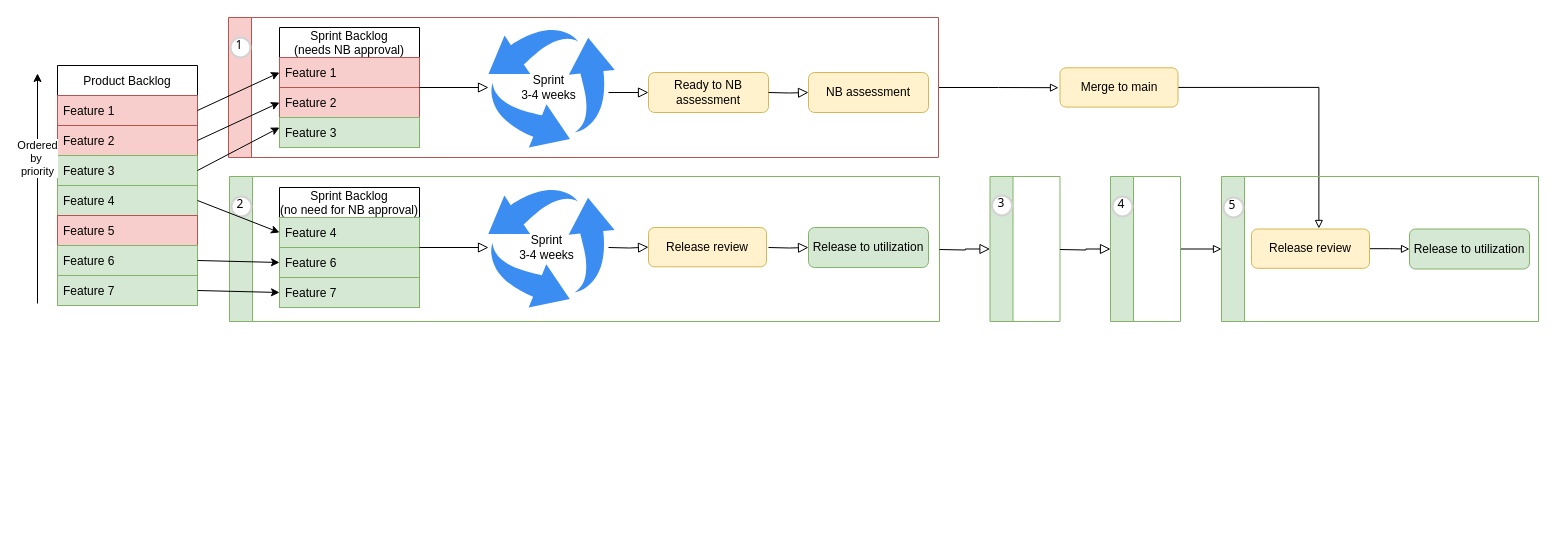
Above: ChangeTreshold.drawio in devgranlund/idea-settings (draw.io), before the change. Source tidied: cells renumbered, new cells numbered last; positions are measured from the earlier drawing's top-left corner, leaving out a move shared by most shapes. Both pictures are drawn from the tidied source at 100%, with x=0, y=0 at pixel (37, 17).
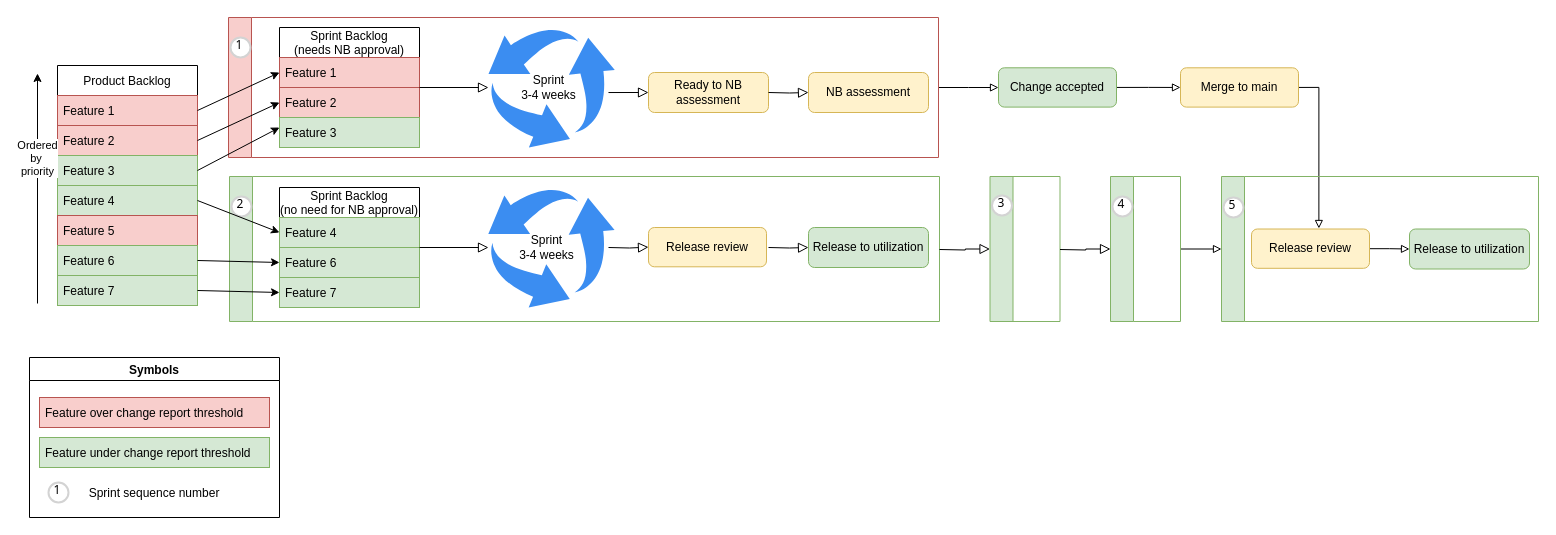
Above is the later version.

Unchanged cells that the change refers to:
```xml
<mxCell id="7" style="swimlane;horizontal=0;fillColor=#f8cecc;strokeColor=#b85450;" parent="1" vertex="1">
  <mxGeometry x="191" width="710" height="140" as="geometry" />
</mxCell>
```

Change to the diagram source:
```diff
@@
     <mxCell id="6" style="edgeStyle=orthogonalEdgeStyle;rounded=0;jettySize=auto;html=1;exitX=1;exitY=0.5;exitDx=0;exitDy=0;endArrow=block;endFill=0;" parent="1" edge="1" source="7">
       <mxGeometry relative="1" as="geometry">
-        <mxPoint x="1021" y="70.2" as="targetPoint" />
+        <mxPoint x="961" y="70" as="targetPoint" />
       </mxGeometry>
     </mxCell>
@@
     <mxCell id="56" value="Merge to main" style="rounded=1;whiteSpace=wrap;html=1;fontSize=12;glass=0;strokeWidth=1;shadow=0;fillColor=#fff2cc;strokeColor=#d6b656;" parent="1" vertex="1">
-      <mxGeometry x="1022.5" y="50.3" width="118" height="39.3" as="geometry" />
+      <mxGeometry x="1143" y="50.3" width="118" height="39.3" as="geometry" />
     </mxCell>
@@
+    <mxCell id="59" value="Feature over change report threshold" style="text;strokeColor=#b85450;fillColor=#f8cecc;align=left;verticalAlign=middle;spacingLeft=4;spacingRight=4;overflow=hidden;" parent="1" vertex="1">
+      <mxGeometry x="2" y="380" width="230" height="30" as="geometry" />
+    </mxCell>
+    <mxCell id="60" value="Feature under change report threshold" style="text;strokeColor=#82b366;fillColor=#d5e8d4;align=left;verticalAlign=middle;spacingLeft=4;spacingRight=4;overflow=hidden;" parent="1" vertex="1">
+      <mxGeometry x="2" y="420" width="230" height="30" as="geometry" />
+    </mxCell>
+    <mxCell id="61" value="Symbols" style="swimlane;" parent="1" vertex="1">
+      <mxGeometry x="-8" y="340" width="250" height="160" as="geometry" />
+    </mxCell>
+    <mxCell id="62" value="Sprint sequence number" style="text;align=center;verticalAlign=middle;spacingLeft=4;spacingRight=4;overflow=hidden;" parent="61" vertex="1">
+      <mxGeometry x="10" y="120" width="230" height="30" as="geometry" />
+    </mxCell>
+    <mxCell id="63" value="1" style="ellipse;whiteSpace=wrap;html=1;strokeWidth=2;fontFamily=Tahoma;spacingBottom=4;spacingRight=2;strokeColor=#d3d3d3;" parent="61" vertex="1">
+      <mxGeometry x="19" y="125" width="20" height="20" as="geometry" />
+    </mxCell>
+    <mxCell id="64" style="edgeStyle=orthogonalEdgeStyle;rounded=0;jettySize=auto;html=1;exitX=1;exitY=0.5;exitDx=0;exitDy=0;entryX=0;entryY=0.5;entryDx=0;entryDy=0;endArrow=block;endFill=0;" parent="1" edge="1" source="65" target="56">
+      <mxGeometry relative="1" as="geometry" />
+    </mxCell>
+    <mxCell id="65" value="Change accepted" style="rounded=1;whiteSpace=wrap;html=1;fontSize=12;glass=0;strokeWidth=1;shadow=0;fillColor=#d5e8d4;strokeColor=#82b366;" parent="1" vertex="1">
+      <mxGeometry x="961" y="50.3" width="118" height="39.3" as="geometry" />
+    </mxCell>
```
